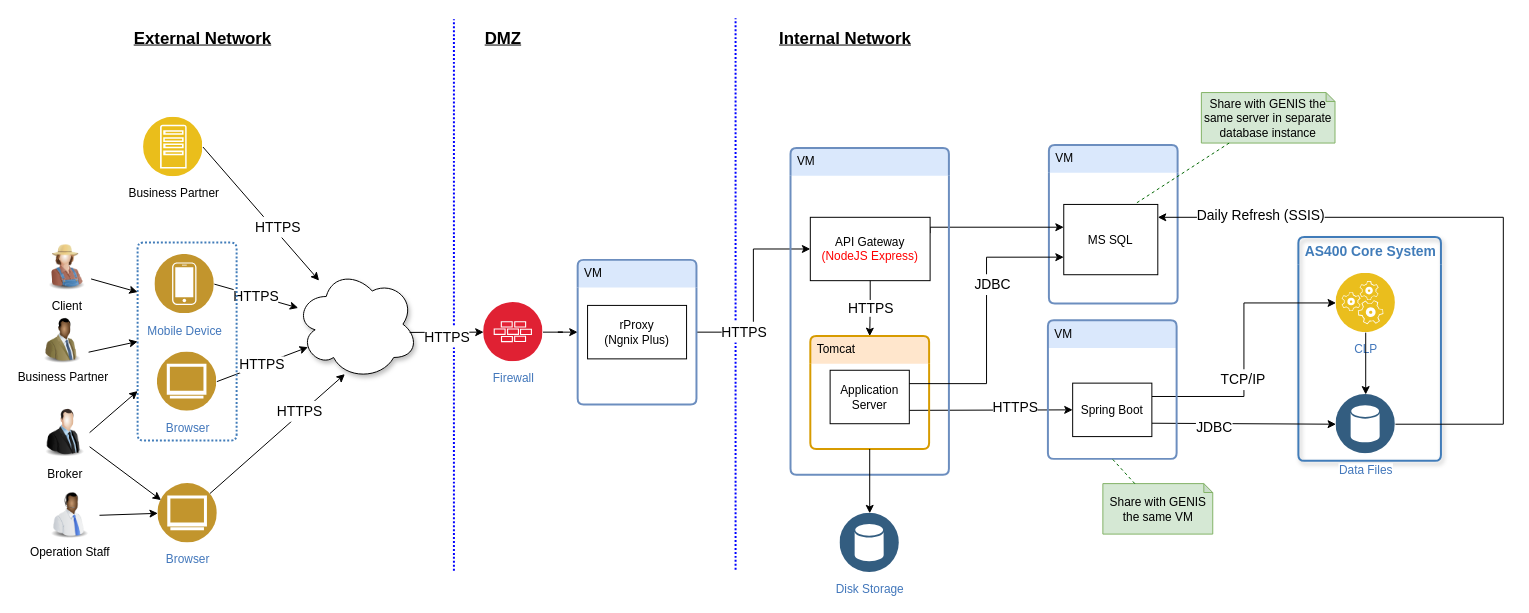
Above: page "Physical Deployment" (2 of 2) of Bravo_Architecture (8).drawio in whalebig27/change-request-process-diagram (draw.io), before the change. Source tidied: cells renumbered, new cells numbered last; positions are measured from the earlier drawing's top-left corner, leaving out a move shared by most shapes. Both pictures are drawn from the tidied source at 99%, with x=0, y=0 at pixel (36, 18).
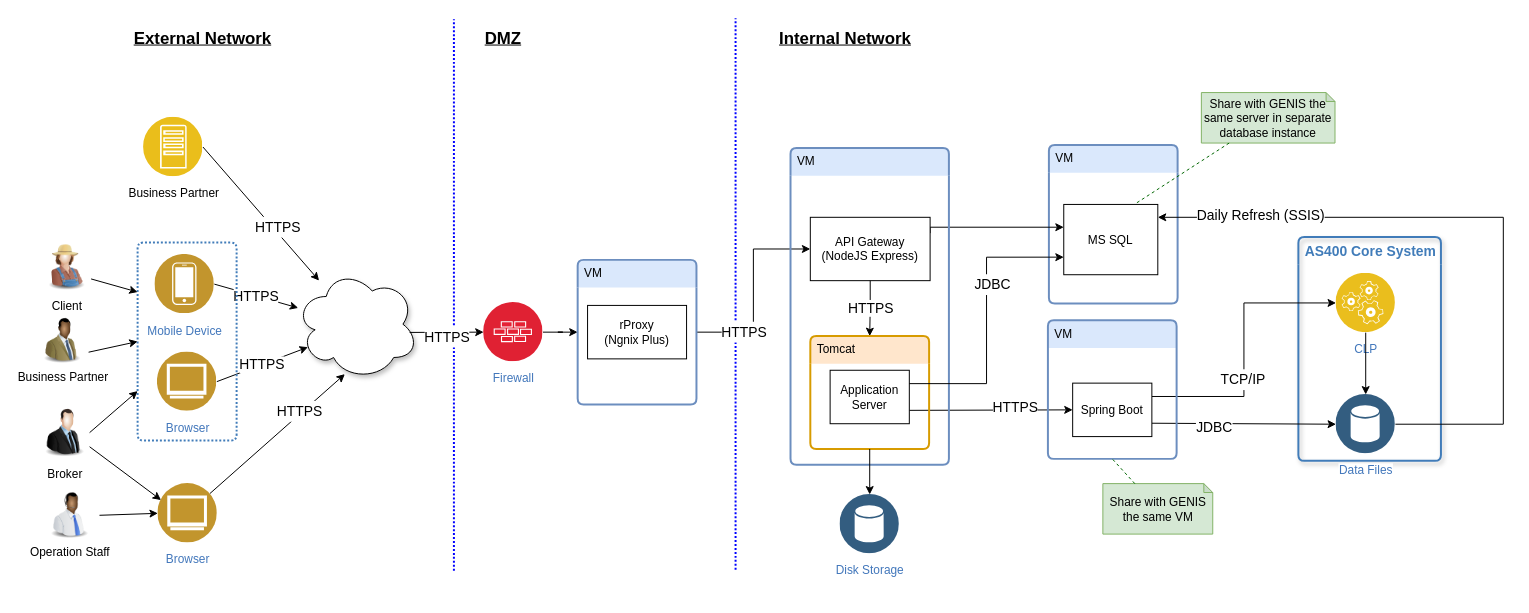
The same page after the edit.

Change to the diagram source:
```diff
@@
     <mxCell id="43" value="VM" style="swimlane;fontStyle=0;horizontal=1;startSize=28;swimlaneLine=0;swimlaneFillColor=none;fillColor=#dae8fc;rounded=1;whiteSpace=wrap;html=1;absoluteArcSize=1;arcSize=12;strokeColor=#6c8ebf;verticalAlign=top;align=left;spacingLeft=5;dashed=0;strokeWidth=2;shadow=0;dashPattern=1 1;" parent="1" vertex="1">
-      <mxGeometry x="762" y="131" width="160" height="330" as="geometry" />
+      <mxGeometry x="762" y="131" width="160" height="320" as="geometry" />
     </mxCell>
-    <mxCell id="44" value="&lt;span&gt;API Gateway&lt;/span&gt;&lt;br&gt;&lt;font color=&quot;#ff0000&quot;&gt;(NodeJS Express)&lt;/font&gt;&lt;br&gt;" style="rounded=0;whiteSpace=wrap;html=1;" parent="43" vertex="1">
+    <mxCell id="44" value="&lt;span&gt;API Gateway&lt;/span&gt;&lt;br&gt;(NodeJS Express)&lt;br&gt;" style="rounded=0;whiteSpace=wrap;html=1;" parent="43" vertex="1">
       <mxGeometry x="20" y="70" width="121" height="64" as="geometry" />
     </mxCell>
@@
     <mxCell id="60" value="Disk Storage" style="perimeter=ellipsePerimeter;html=1;align=center;shadow=0;dashed=0;fontColor=#4277BB;labelBackgroundColor=#ffffff;fontSize=12;spacingTop=3;image;image=img/lib/ibm/data/data_services.svg;" parent="1" vertex="1">
-      <mxGeometry x="812" y="500" width="60" height="60" as="geometry" />
+      <mxGeometry x="812" y="481" width="60" height="60" as="geometry" />
     </mxCell>
```
